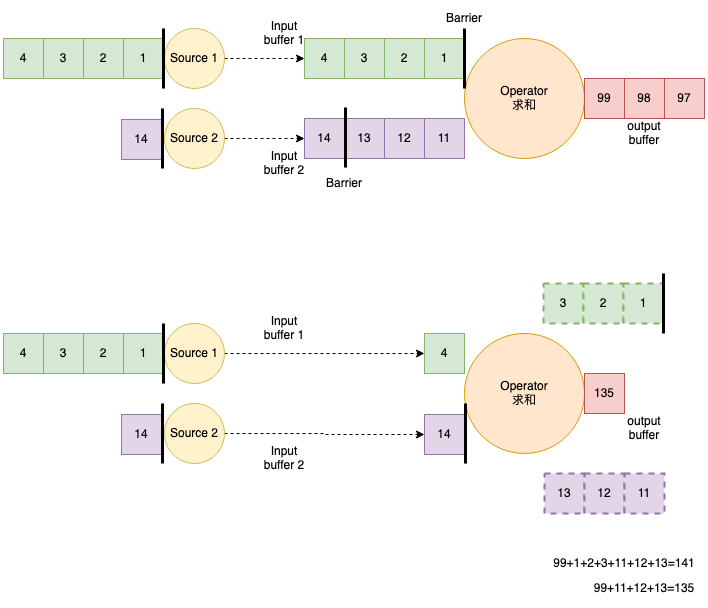
Above: imgs/flink/flink_checkpoint_at_least_once.drawio.png in rainsbaby/notebook (draw.io), before the change. Source tidied: cells renumbered, new cells last; positions are measured from the earlier drawing's top-left corner, leaving out a move shared by most shapes.
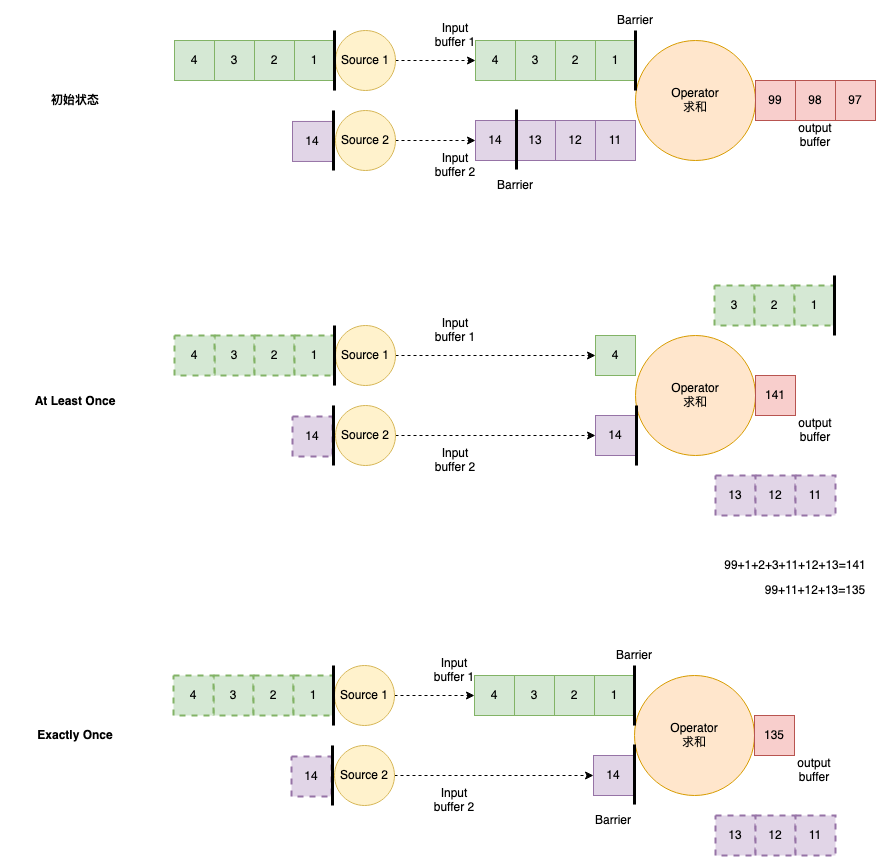
After the change.

Change to the diagram source:
```diff
@@ -101,7 +101,7 @@
       <mxGeometry x="621" y="470" width="40" height="40" as="geometry" />
     </mxCell>
     <mxCell id="33" value="14" style="rounded=0;whiteSpace=wrap;html=1;fillColor=#e1d5e7;strokeColor=#9673a6;" parent="1" vertex="1">
-      <mxGeometry x="421" y="411" width="40" height="40" as="geometry" />
+      <mxGeometry x="421" y="410" width="40" height="40" as="geometry" />
     </mxCell>
     <mxCell id="34" style="endArrow=none;html=1;rounded=0;strokeWidth=3;exitX=0;exitY=0.417;exitDx=0;exitDy=0;exitPerimeter=0;" parent="1" edge="1">
       <mxGeometry relative="1" as="geometry">
@@ -115,7 +115,7 @@
         <mxPoint x="462" y="400" as="targetPoint" />
       </mxGeometry>
     </mxCell>
-    <mxCell id="36" value="135" style="rounded=0;whiteSpace=wrap;html=1;fillColor=#f8cecc;strokeColor=#b85450;" parent="1" vertex="1">
+    <mxCell id="36" value="141" style="rounded=0;whiteSpace=wrap;html=1;fillColor=#f8cecc;strokeColor=#b85450;" parent="1" vertex="1">
       <mxGeometry x="581" y="370" width="40" height="40" as="geometry" />
     </mxCell>
     <mxCell id="37" value="Input buffer 1" style="text;html=1;strokeColor=none;fillColor=none;align=center;verticalAlign=middle;whiteSpace=wrap;rounded=0;" parent="1" vertex="1">
@@ -166,19 +166,19 @@
         <mxPoint x="159" y="105" as="targetPoint" />
       </mxGeometry>
     </mxCell>
-    <mxCell id="51" value="3" style="rounded=0;whiteSpace=wrap;html=1;fillColor=#d5e8d4;strokeColor=#82b366;" parent="1" vertex="1">
+    <mxCell id="51" value="3" style="rounded=0;whiteSpace=wrap;html=1;fillColor=#d5e8d4;strokeColor=#82b366;dashed=1;strokeWidth=2;" parent="1" vertex="1">
       <mxGeometry x="40" y="330" width="40" height="40" as="geometry" />
     </mxCell>
-    <mxCell id="52" value="2" style="rounded=0;whiteSpace=wrap;html=1;fillColor=#d5e8d4;strokeColor=#82b366;" parent="1" vertex="1">
+    <mxCell id="52" value="2" style="rounded=0;whiteSpace=wrap;html=1;fillColor=#d5e8d4;strokeColor=#82b366;dashed=1;strokeWidth=2;" parent="1" vertex="1">
       <mxGeometry x="80" y="330" width="40" height="40" as="geometry" />
     </mxCell>
-    <mxCell id="53" value="1" style="rounded=0;whiteSpace=wrap;html=1;fillColor=#d5e8d4;strokeColor=#82b366;" parent="1" vertex="1">
+    <mxCell id="53" value="1" style="rounded=0;whiteSpace=wrap;html=1;fillColor=#d5e8d4;strokeColor=#82b366;dashed=1;strokeWidth=2;" parent="1" vertex="1">
       <mxGeometry x="120" y="330" width="40" height="40" as="geometry" />
     </mxCell>
-    <mxCell id="54" value="4" style="rounded=0;whiteSpace=wrap;html=1;fillColor=#d5e8d4;strokeColor=#82b366;" parent="1" vertex="1">
+    <mxCell id="54" value="4" style="rounded=0;whiteSpace=wrap;html=1;fillColor=#d5e8d4;strokeColor=#82b366;dashed=1;strokeWidth=2;" parent="1" vertex="1">
       <mxGeometry y="330" width="40" height="40" as="geometry" />
     </mxCell>
-    <mxCell id="55" value="14" style="rounded=0;whiteSpace=wrap;html=1;fillColor=#e1d5e7;strokeColor=#9673a6;" parent="1" vertex="1">
+    <mxCell id="55" value="14" style="rounded=0;whiteSpace=wrap;html=1;fillColor=#e1d5e7;strokeColor=#9673a6;strokeWidth=2;dashed=1;" parent="1" vertex="1">
       <mxGeometry x="118" y="411" width="40" height="40" as="geometry" />
     </mxCell>
     <mxCell id="56" style="endArrow=none;html=1;rounded=0;strokeWidth=3;exitX=0;exitY=0.417;exitDx=0;exitDy=0;exitPerimeter=0;" parent="1" edge="1">
@@ -199,5 +199,109 @@
     <mxCell id="59" value="99+11+12+13=135" style="text;html=1;strokeColor=none;fillColor=none;align=center;verticalAlign=middle;whiteSpace=wrap;rounded=0;" parent="1" vertex="1">
       <mxGeometry x="581" y="570" width="120" height="30" as="geometry" />
     </mxCell>
+    <mxCell id="60" value="&lt;div&gt;Operator&lt;br&gt;&lt;/div&gt;求和" style="ellipse;whiteSpace=wrap;html=1;fillColor=#ffe6cc;strokeColor=#d79b00;" parent="1" vertex="1">
+      <mxGeometry x="460" y="670" width="120" height="120" as="geometry" />
+    </mxCell>
+    <mxCell id="61" value="3" style="rounded=0;whiteSpace=wrap;html=1;fillColor=#d5e8d4;strokeColor=#82b366;" parent="1" vertex="1">
+      <mxGeometry x="340" y="670" width="40" height="40" as="geometry" />
+    </mxCell>
+    <mxCell id="62" value="2" style="rounded=0;whiteSpace=wrap;html=1;fillColor=#d5e8d4;strokeColor=#82b366;" parent="1" vertex="1">
+      <mxGeometry x="380" y="670" width="40" height="40" as="geometry" />
+    </mxCell>
+    <mxCell id="63" value="1" style="rounded=0;whiteSpace=wrap;html=1;fillColor=#d5e8d4;strokeColor=#82b366;" parent="1" vertex="1">
+      <mxGeometry x="420" y="670" width="40" height="40" as="geometry" />
+    </mxCell>
+    <mxCell id="64" value="4" style="rounded=0;whiteSpace=wrap;html=1;fillColor=#d5e8d4;strokeColor=#82b366;" parent="1" vertex="1">
+      <mxGeometry x="300" y="670" width="40" height="40" as="geometry" />
+    </mxCell>
+    <mxCell id="65" value="14" style="rounded=0;whiteSpace=wrap;html=1;fillColor=#e1d5e7;strokeColor=#9673a6;" parent="1" vertex="1">
+      <mxGeometry x="419" y="750" width="40" height="40" as="geometry" />
+    </mxCell>
+    <mxCell id="66" style="endArrow=none;html=1;rounded=0;strokeWidth=3;exitX=0;exitY=0.417;exitDx=0;exitDy=0;exitPerimeter=0;" parent="1" edge="1" source="60">
+      <mxGeometry relative="1" as="geometry">
+        <mxPoint x="460" y="660" as="targetPoint" />
+      </mxGeometry>
+    </mxCell>
+    <mxCell id="67" style="endArrow=none;html=1;rounded=0;strokeWidth=3;exitX=0;exitY=0.417;exitDx=0;exitDy=0;exitPerimeter=0;" parent="1" edge="1">
+      <mxGeometry relative="1" as="geometry">
+        <mxPoint x="460" y="799" as="sourcePoint" />
+        <mxPoint x="460" y="739" as="targetPoint" />
+      </mxGeometry>
+    </mxCell>
+    <mxCell id="68" value="Barrier" style="text;html=1;strokeColor=none;fillColor=none;align=center;verticalAlign=middle;whiteSpace=wrap;rounded=0;" parent="1" vertex="1">
+      <mxGeometry x="430" y="635" width="60" height="30" as="geometry" />
+    </mxCell>
+    <mxCell id="69" value="Barrier" style="text;html=1;strokeColor=none;fillColor=none;align=center;verticalAlign=middle;whiteSpace=wrap;rounded=0;" parent="1" vertex="1">
+      <mxGeometry x="409" y="800" width="60" height="30" as="geometry" />
+    </mxCell>
+    <mxCell id="70" value="135" style="rounded=0;whiteSpace=wrap;html=1;fillColor=#f8cecc;strokeColor=#b85450;" parent="1" vertex="1">
+      <mxGeometry x="580" y="710" width="40" height="40" as="geometry" />
+    </mxCell>
+    <mxCell id="71" value="Input buffer 1" style="text;html=1;strokeColor=none;fillColor=none;align=center;verticalAlign=middle;whiteSpace=wrap;rounded=0;" parent="1" vertex="1">
+      <mxGeometry x="250" y="650" width="60" height="30" as="geometry" />
+    </mxCell>
+    <mxCell id="72" value="Input buffer 2" style="text;html=1;strokeColor=none;fillColor=none;align=center;verticalAlign=middle;whiteSpace=wrap;rounded=0;" parent="1" vertex="1">
+      <mxGeometry x="250" y="780" width="60" height="30" as="geometry" />
+    </mxCell>
+    <mxCell id="73" value="output buffer" style="text;html=1;strokeColor=none;fillColor=none;align=center;verticalAlign=middle;whiteSpace=wrap;rounded=0;" parent="1" vertex="1">
+      <mxGeometry x="610" y="750" width="60" height="30" as="geometry" />
+    </mxCell>
+    <mxCell id="74" style="edgeStyle=orthogonalEdgeStyle;rounded=0;jettySize=auto;html=1;exitX=1;exitY=0.5;exitDx=0;exitDy=0;entryX=0;entryY=0.5;entryDx=0;entryDy=0;strokeWidth=1;dashed=1;" parent="1" edge="1" source="75" target="64">
+      <mxGeometry relative="1" as="geometry" />
+    </mxCell>
+    <mxCell id="75" value="Source 1" style="ellipse;whiteSpace=wrap;html=1;fillColor=#fff2cc;strokeColor=#d6b656;" parent="1" vertex="1">
+      <mxGeometry x="160" y="660" width="60" height="60" as="geometry" />
+    </mxCell>
+    <mxCell id="76" style="edgeStyle=orthogonalEdgeStyle;rounded=0;jettySize=auto;html=1;exitX=1;exitY=0.5;exitDx=0;exitDy=0;entryX=0;entryY=0.5;entryDx=0;entryDy=0;dashed=1;strokeWidth=1;" parent="1" edge="1" source="77" target="65">
+      <mxGeometry relative="1" as="geometry" />
+    </mxCell>
+    <mxCell id="77" value="Source 2" style="ellipse;whiteSpace=wrap;html=1;fillColor=#fff2cc;strokeColor=#d6b656;" parent="1" vertex="1">
+      <mxGeometry x="160" y="740" width="60" height="60" as="geometry" />
+    </mxCell>
+    <mxCell id="78" value="3" style="rounded=0;whiteSpace=wrap;html=1;fillColor=#d5e8d4;strokeColor=#82b366;dashed=1;strokeWidth=2;" parent="1" vertex="1">
+      <mxGeometry x="39" y="670" width="40" height="40" as="geometry" />
+    </mxCell>
+    <mxCell id="79" value="2" style="rounded=0;whiteSpace=wrap;html=1;fillColor=#d5e8d4;strokeColor=#82b366;dashed=1;strokeWidth=2;" parent="1" vertex="1">
+      <mxGeometry x="79" y="670" width="40" height="40" as="geometry" />
+    </mxCell>
+    <mxCell id="80" value="1" style="rounded=0;whiteSpace=wrap;html=1;fillColor=#d5e8d4;strokeColor=#82b366;dashed=1;strokeWidth=2;" parent="1" vertex="1">
+      <mxGeometry x="119" y="670" width="40" height="40" as="geometry" />
+    </mxCell>
+    <mxCell id="81" value="4" style="rounded=0;whiteSpace=wrap;html=1;fillColor=#d5e8d4;strokeColor=#82b366;dashed=1;strokeWidth=2;" parent="1" vertex="1">
+      <mxGeometry x="-1" y="670" width="40" height="40" as="geometry" />
+    </mxCell>
+    <mxCell id="82" value="14" style="rounded=0;whiteSpace=wrap;html=1;fillColor=#e1d5e7;strokeColor=#9673a6;dashed=1;strokeWidth=2;" parent="1" vertex="1">
+      <mxGeometry x="117" y="751" width="40" height="40" as="geometry" />
+    </mxCell>
+    <mxCell id="83" style="endArrow=none;html=1;rounded=0;strokeWidth=3;exitX=0;exitY=0.417;exitDx=0;exitDy=0;exitPerimeter=0;" parent="1" edge="1">
+      <mxGeometry relative="1" as="geometry">
+        <mxPoint x="159" y="720" as="sourcePoint" />
+        <mxPoint x="159" y="660" as="targetPoint" />
+      </mxGeometry>
+    </mxCell>
+    <mxCell id="84" style="endArrow=none;html=1;rounded=0;strokeWidth=3;exitX=0;exitY=0.417;exitDx=0;exitDy=0;exitPerimeter=0;" parent="1" edge="1">
+      <mxGeometry relative="1" as="geometry">
+        <mxPoint x="158" y="800" as="sourcePoint" />
+        <mxPoint x="158" y="740" as="targetPoint" />
+      </mxGeometry>
+    </mxCell>
+    <mxCell id="85" value="At Least Once" style="text;html=1;align=center;verticalAlign=middle;whiteSpace=wrap;rounded=0;fontStyle=1;labelBackgroundColor=none;labelBorderColor=none;" parent="1" vertex="1">
+      <mxGeometry x="-169" y="381" width="140" height="30" as="geometry" />
+    </mxCell>
+    <mxCell id="86" value="初始状态" style="text;html=1;align=center;verticalAlign=middle;whiteSpace=wrap;rounded=0;fontStyle=1;labelBackgroundColor=none;labelBorderColor=none;" parent="1" vertex="1">
+      <mxGeometry x="-169" y="80" width="140" height="30" as="geometry" />
+    </mxCell>
+    <mxCell id="87" value="Exactly Once" style="text;html=1;align=center;verticalAlign=middle;whiteSpace=wrap;rounded=0;fontStyle=1;labelBackgroundColor=none;labelBorderColor=none;" parent="1" vertex="1">
+      <mxGeometry x="-169" y="715" width="140" height="30" as="geometry" />
+    </mxCell>
+    <mxCell id="88" value="13" style="rounded=0;whiteSpace=wrap;html=1;fillColor=#e1d5e7;strokeColor=#9673a6;dashed=1;strokeWidth=2;" parent="1" vertex="1">
+      <mxGeometry x="541" y="810" width="40" height="40" as="geometry" />
+    </mxCell>
+    <mxCell id="89" value="12" style="rounded=0;whiteSpace=wrap;html=1;fillColor=#e1d5e7;strokeColor=#9673a6;dashed=1;strokeWidth=2;" parent="1" vertex="1">
+      <mxGeometry x="581" y="810" width="40" height="40" as="geometry" />
+    </mxCell>
+    <mxCell id="90" value="11" style="rounded=0;whiteSpace=wrap;html=1;fillColor=#e1d5e7;strokeColor=#9673a6;dashed=1;strokeWidth=2;" parent="1" vertex="1">
+      <mxGeometry x="621" y="810" width="40" height="40" as="geometry" />
+    </mxCell>
   </root>
 </mxGraphModel>
```
